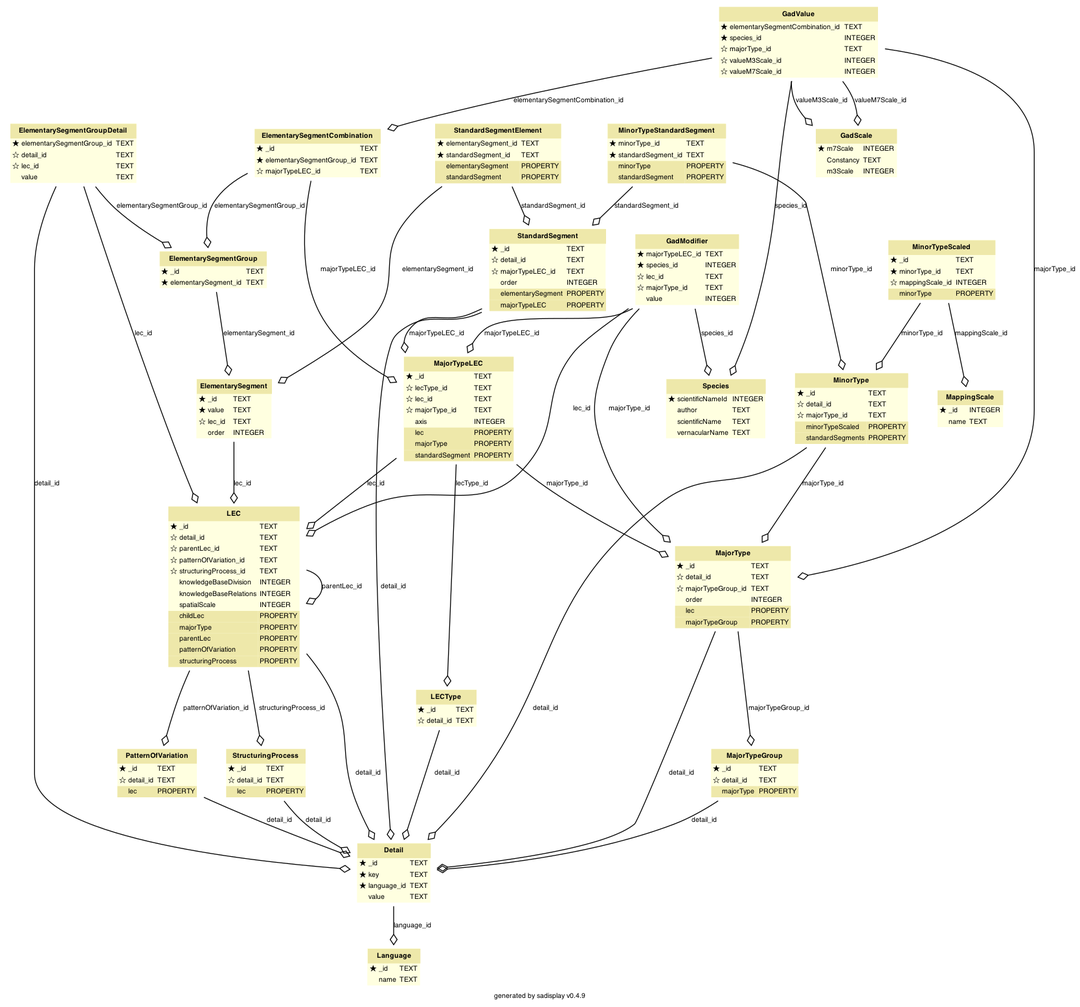
This is scripts/database/schema.png from MichalTorma/natur-i-norge, a Graphviz export, as it was before one commit. Its source is kept beside it as scripts/database/schema.dot.
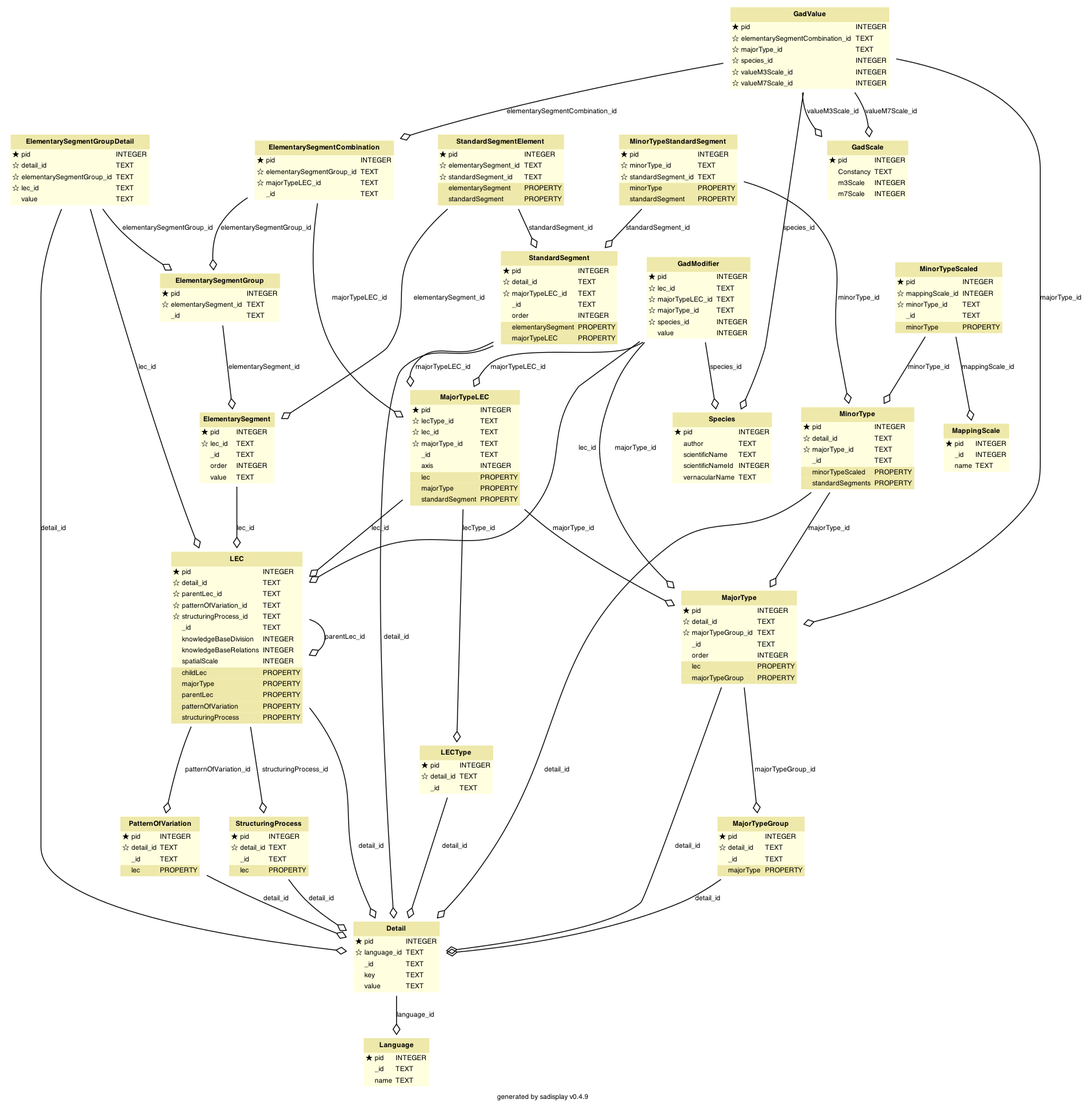
After the change.

Change to the diagram source:
```diff
@@ -24,3 +24,7 @@
                 >Detail</FONT></TD></TR><TR><TD ALIGN="LEFT" BORDER="0"
-        ><FONT FACE="Bitstream Vera Sans">★ _id</FONT
+        ><FONT FACE="Bitstream Vera Sans">★ pid</FONT
+        ></TD><TD ALIGN="LEFT"
+        ><FONT FACE="Bitstream Vera Sans">INTEGER</FONT
+        ></TD></TR> <TR><TD ALIGN="LEFT" BORDER="0"
+        ><FONT FACE="Bitstream Vera Sans">☆ language_id</FONT
         ></TD><TD ALIGN="LEFT"
@@ -28,3 +32,3 @@
         ></TD></TR> <TR><TD ALIGN="LEFT" BORDER="0"
-        ><FONT FACE="Bitstream Vera Sans">★ key</FONT
+        ><FONT FACE="Bitstream Vera Sans">⚪ _id</FONT
         ></TD><TD ALIGN="LEFT"
@@ -32,3 +36,3 @@
         ></TD></TR> <TR><TD ALIGN="LEFT" BORDER="0"
-        ><FONT FACE="Bitstream Vera Sans">★ language_id</FONT
+        ><FONT FACE="Bitstream Vera Sans">⚪ key</FONT
         ></TD><TD ALIGN="LEFT"
@@ -51,3 +55,7 @@
                 >ElementarySegment</FONT></TD></TR><TR><TD ALIGN="LEFT" BORDER="0"
-        ><FONT FACE="Bitstream Vera Sans">★ _id</FONT
+        ><FONT FACE="Bitstream Vera Sans">★ pid</FONT
+        ></TD><TD ALIGN="LEFT"
+        ><FONT FACE="Bitstream Vera Sans">INTEGER</FONT
+        ></TD></TR> <TR><TD ALIGN="LEFT" BORDER="0"
+        ><FONT FACE="Bitstream Vera Sans">☆ lec_id</FONT
         ></TD><TD ALIGN="LEFT"
@@ -55,7 +63,3 @@
         ></TD></TR> <TR><TD ALIGN="LEFT" BORDER="0"
-        ><FONT FACE="Bitstream Vera Sans">★ value</FONT
-        ></TD><TD ALIGN="LEFT"
-        ><FONT FACE="Bitstream Vera Sans">TEXT</FONT
-        ></TD></TR> <TR><TD ALIGN="LEFT" BORDER="0"
-        ><FONT FACE="Bitstream Vera Sans">☆ lec_id</FONT
+        ><FONT FACE="Bitstream Vera Sans">⚪ _id</FONT
         ></TD><TD ALIGN="LEFT"
@@ -66,2 +70,6 @@
         ><FONT FACE="Bitstream Vera Sans">INTEGER</FONT
+        ></TD></TR> <TR><TD ALIGN="LEFT" BORDER="0"
+        ><FONT FACE="Bitstream Vera Sans">⚪ value</FONT
+        ></TD><TD ALIGN="LEFT"
+        ><FONT FACE="Bitstream Vera Sans">TEXT</FONT
         ></TD></TR>
@@ -78,7 +86,7 @@
                 >ElementarySegmentCombination</FONT></TD></TR><TR><TD ALIGN="LEFT" BORDER="0"
-        ><FONT FACE="Bitstream Vera Sans">★ _id</FONT
+        ><FONT FACE="Bitstream Vera Sans">★ pid</FONT
         ></TD><TD ALIGN="LEFT"
-        ><FONT FACE="Bitstream Vera Sans">TEXT</FONT
+        ><FONT FACE="Bitstream Vera Sans">INTEGER</FONT
         ></TD></TR> <TR><TD ALIGN="LEFT" BORDER="0"
-        ><FONT FACE="Bitstream Vera Sans">★ elementarySegmentGroup_id</FONT
+        ><FONT FACE="Bitstream Vera Sans">☆ elementarySegmentGroup_id</FONT
         ></TD><TD ALIGN="LEFT"
@@ -87,2 +95,6 @@
         ><FONT FACE="Bitstream Vera Sans">☆ majorTypeLEC_id</FONT
+        ></TD><TD ALIGN="LEFT"
+        ><FONT FACE="Bitstream Vera Sans">TEXT</FONT
+        ></TD></TR> <TR><TD ALIGN="LEFT" BORDER="0"
+        ><FONT FACE="Bitstream Vera Sans">⚪ _id</FONT
         ></TD><TD ALIGN="LEFT"
@@ -101,3 +113,7 @@
                 >ElementarySegmentGroup</FONT></TD></TR><TR><TD ALIGN="LEFT" BORDER="0"
-        ><FONT FACE="Bitstream Vera Sans">★ _id</FONT
+        ><FONT FACE="Bitstream Vera Sans">★ pid</FONT
+        ></TD><TD ALIGN="LEFT"
+        ><FONT FACE="Bitstream Vera Sans">INTEGER</FONT
+        ></TD></TR> <TR><TD ALIGN="LEFT" BORDER="0"
+        ><FONT FACE="Bitstream Vera Sans">☆ elementarySegment_id</FONT
         ></TD><TD ALIGN="LEFT"
@@ -105,3 +121,3 @@
         ></TD></TR> <TR><TD ALIGN="LEFT" BORDER="0"
-        ><FONT FACE="Bitstream Vera Sans">★ elementarySegment_id</FONT
+        ><FONT FACE="Bitstream Vera Sans">⚪ _id</FONT
         ></TD><TD ALIGN="LEFT"
@@ -120,3 +136,7 @@
                 >ElementarySegmentGroupDetail</FONT></TD></TR><TR><TD ALIGN="LEFT" BORDER="0"
-        ><FONT FACE="Bitstream Vera Sans">★ elementarySegmentGroup_id</FONT
+        ><FONT FACE="Bitstream Vera Sans">★ pid</FONT
+        ></TD><TD ALIGN="LEFT"
+        ><FONT FACE="Bitstream Vera Sans">INTEGER</FONT
+        ></TD></TR> <TR><TD ALIGN="LEFT" BORDER="0"
+        ><FONT FACE="Bitstream Vera Sans">☆ detail_id</FONT
         ></TD><TD ALIGN="LEFT"
@@ -124,3 +144,3 @@
         ></TD></TR> <TR><TD ALIGN="LEFT" BORDER="0"
-        ><FONT FACE="Bitstream Vera Sans">☆ detail_id</FONT
+        ><FONT FACE="Bitstream Vera Sans">☆ elementarySegmentGroup_id</FONT
         ></TD><TD ALIGN="LEFT"
@@ -147,7 +167,3 @@
                 >GadModifier</FONT></TD></TR><TR><TD ALIGN="LEFT" BORDER="0"
-        ><FONT FACE="Bitstream Vera Sans">★ majorTypeLEC_id</FONT
-        ></TD><TD ALIGN="LEFT"
-        ><FONT FACE="Bitstream Vera Sans">TEXT</FONT
-        ></TD></TR> <TR><TD ALIGN="LEFT" BORDER="0"
-        ><FONT FACE="Bitstream Vera Sans">★ species_id</FONT
+        ><FONT FACE="Bitstream Vera Sans">★ pid</FONT
         ></TD><TD ALIGN="LEFT"
@@ -159,2 +175,6 @@
         ></TD></TR> <TR><TD ALIGN="LEFT" BORDER="0"
+        ><FONT FACE="Bitstream Vera Sans">☆ majorTypeLEC_id</FONT
+        ></TD><TD ALIGN="LEFT"
+        ><FONT FACE="Bitstream Vera Sans">TEXT</FONT
+        ></TD></TR> <TR><TD ALIGN="LEFT" BORDER="0"
         ><FONT FACE="Bitstream Vera Sans">☆ majorType_id</FONT
@@ -162,2 +182,6 @@
         ><FONT FACE="Bitstream Vera Sans">TEXT</FONT
+        ></TD></TR> <TR><TD ALIGN="LEFT" BORDER="0"
+        ><FONT FACE="Bitstream Vera Sans">☆ species_id</FONT
+        ></TD><TD ALIGN="LEFT"
+        ><FONT FACE="Bitstream Vera Sans">INTEGER</FONT
         ></TD></TR> <TR><TD ALIGN="LEFT" BORDER="0"
@@ -178,3 +202,3 @@
                 >GadScale</FONT></TD></TR><TR><TD ALIGN="LEFT" BORDER="0"
-        ><FONT FACE="Bitstream Vera Sans">★ m7Scale</FONT
+        ><FONT FACE="Bitstream Vera Sans">★ pid</FONT
         ></TD><TD ALIGN="LEFT"
@@ -187,2 +211,6 @@
         ><FONT FACE="Bitstream Vera Sans">⚪ m3Scale</FONT
+        ></TD><TD ALIGN="LEFT"
+        ><FONT FACE="Bitstream Vera Sans">INTEGER</FONT
+        ></TD></TR> <TR><TD ALIGN="LEFT" BORDER="0"
+        ><FONT FACE="Bitstream Vera Sans">⚪ m7Scale</FONT
         ></TD><TD ALIGN="LEFT"
@@ -201,9 +229,9 @@
                 >GadValue</FONT></TD></TR><TR><TD ALIGN="LEFT" BORDER="0"
-        ><FONT FACE="Bitstream Vera Sans">★ elementarySegmentCombination_id</FONT
+        ><FONT FACE="Bitstream Vera Sans">★ pid</FONT
+        ></TD><TD ALIGN="LEFT"
+        ><FONT FACE="Bitstream Vera Sans">INTEGER</FONT
+        ></TD></TR> <TR><TD ALIGN="LEFT" BORDER="0"
+        ><FONT FACE="Bitstream Vera Sans">☆ elementarySegmentCombination_id</FONT
         ></TD><TD ALIGN="LEFT"
         ><FONT FACE="Bitstream Vera Sans">TEXT</FONT
-        ></TD></TR> <TR><TD ALIGN="LEFT" BORDER="0"
-        ><FONT FACE="Bitstream Vera Sans">★ species_id</FONT
-        ></TD><TD ALIGN="LEFT"
-        ><FONT FACE="Bitstream Vera Sans">INTEGER</FONT
         ></TD></TR> <TR><TD ALIGN="LEFT" BORDER="0"
@@ -212,2 +240,6 @@
         ><FONT FACE="Bitstream Vera Sans">TEXT</FONT
+        ></TD></TR> <TR><TD ALIGN="LEFT" BORDER="0"
+        ><FONT FACE="Bitstream Vera Sans">☆ species_id</FONT
+        ></TD><TD ALIGN="LEFT"
+        ><FONT FACE="Bitstream Vera Sans">INTEGER</FONT
         ></TD></TR> <TR><TD ALIGN="LEFT" BORDER="0"
@@ -232,5 +264,5 @@
                 >LEC</FONT></TD></TR><TR><TD ALIGN="LEFT" BORDER="0"
-        ><FONT FACE="Bitstream Vera Sans">★ _id</FONT
+        ><FONT FACE="Bitstream Vera Sans">★ pid</FONT
         ></TD><TD ALIGN="LEFT"
-        ><FONT FACE="Bitstream Vera Sans">TEXT</FONT
+        ><FONT FACE="Bitstream Vera Sans">INTEGER</FONT
         ></TD></TR> <TR><TD ALIGN="LEFT" BORDER="0"
@@ -249,2 +281,6 @@
         ><FONT FACE="Bitstream Vera Sans">☆ structuringProcess_id</FONT
+        ></TD><TD ALIGN="LEFT"
+        ><FONT FACE="Bitstream Vera Sans">TEXT</FONT
+        ></TD></TR> <TR><TD ALIGN="LEFT" BORDER="0"
+        ><FONT FACE="Bitstream Vera Sans">⚪ _id</FONT
         ></TD><TD ALIGN="LEFT"
@@ -300,3 +336,7 @@
                 >LECType</FONT></TD></TR><TR><TD ALIGN="LEFT" BORDER="0"
-        ><FONT FACE="Bitstream Vera Sans">★ _id</FONT
+        ><FONT FACE="Bitstream Vera Sans">★ pid</FONT
+        ></TD><TD ALIGN="LEFT"
+        ><FONT FACE="Bitstream Vera Sans">INTEGER</FONT
+        ></TD></TR> <TR><TD ALIGN="LEFT" BORDER="0"
+        ><FONT FACE="Bitstream Vera Sans">☆ detail_id</FONT
         ></TD><TD ALIGN="LEFT"
@@ -304,3 +344,3 @@
         ></TD></TR> <TR><TD ALIGN="LEFT" BORDER="0"
-        ><FONT FACE="Bitstream Vera Sans">☆ detail_id</FONT
+        ><FONT FACE="Bitstream Vera Sans">⚪ _id</FONT
         ></TD><TD ALIGN="LEFT"
@@ -319,3 +359,7 @@
                 >Language</FONT></TD></TR><TR><TD ALIGN="LEFT" BORDER="0"
-        ><FONT FACE="Bitstream Vera Sans">★ _id</FONT
+        ><FONT FACE="Bitstream Vera Sans">★ pid</FONT
+        ></TD><TD ALIGN="LEFT"
+        ><FONT FACE="Bitstream Vera Sans">INTEGER</FONT
+        ></TD></TR> <TR><TD ALIGN="LEFT" BORDER="0"
+        ><FONT FACE="Bitstream Vera Sans">⚪ _id</FONT
         ></TD><TD ALIGN="LEFT"
@@ -338,5 +382,5 @@
                 >MajorType</FONT></TD></TR><TR><TD ALIGN="LEFT" BORDER="0"
-        ><FONT FACE="Bitstream Vera Sans">★ _id</FONT
+        ><FONT FACE="Bitstream Vera Sans">★ pid</FONT
         ></TD><TD ALIGN="LEFT"
-        ><FONT FACE="Bitstream Vera Sans">TEXT</FONT
+        ><FONT FACE="Bitstream Vera Sans">INTEGER</FONT
         ></TD></TR> <TR><TD ALIGN="LEFT" BORDER="0"
@@ -347,2 +391,6 @@
         ><FONT FACE="Bitstream Vera Sans">☆ majorTypeGroup_id</FONT
+        ></TD><TD ALIGN="LEFT"
+        ><FONT FACE="Bitstream Vera Sans">TEXT</FONT
+        ></TD></TR> <TR><TD ALIGN="LEFT" BORDER="0"
+        ><FONT FACE="Bitstream Vera Sans">⚪ _id</FONT
         ></TD><TD ALIGN="LEFT"
@@ -375,3 +423,7 @@
                 >MajorTypeGroup</FONT></TD></TR><TR><TD ALIGN="LEFT" BORDER="0"
-        ><FONT FACE="Bitstream Vera Sans">★ _id</FONT
+        ><FONT FACE="Bitstream Vera Sans">★ pid</FONT
+        ></TD><TD ALIGN="LEFT"
+        ><FONT FACE="Bitstream Vera Sans">INTEGER</FONT
+        ></TD></TR> <TR><TD ALIGN="LEFT" BORDER="0"
+        ><FONT FACE="Bitstream Vera Sans">☆ detail_id</FONT
         ></TD><TD ALIGN="LEFT"
@@ -379,3 +431,3 @@
         ></TD></TR> <TR><TD ALIGN="LEFT" BORDER="0"
-        ><FONT FACE="Bitstream Vera Sans">☆ detail_id</FONT
+        ><FONT FACE="Bitstream Vera Sans">⚪ _id</FONT
         ></TD><TD ALIGN="LEFT"
@@ -399,5 +451,5 @@
                 >MajorTypeLEC</FONT></TD></TR><TR><TD ALIGN="LEFT" BORDER="0"
-        ><FONT FACE="Bitstream Vera Sans">★ _id</FONT
+        ><FONT FACE="Bitstream Vera Sans">★ pid</FONT
         ></TD><TD ALIGN="LEFT"
-        ><FONT FACE="Bitstream Vera Sans">TEXT</FONT
+        ><FONT FACE="Bitstream Vera Sans">INTEGER</FONT
         ></TD></TR> <TR><TD ALIGN="LEFT" BORDER="0"
@@ -412,2 +464,6 @@
         ><FONT FACE="Bitstream Vera Sans">☆ majorType_id</FONT
+        ></TD><TD ALIGN="LEFT"
+        ><FONT FACE="Bitstream Vera Sans">TEXT</FONT
+        ></TD></TR> <TR><TD ALIGN="LEFT" BORDER="0"
+        ><FONT FACE="Bitstream Vera Sans">⚪ _id</FONT
         ></TD><TD ALIGN="LEFT"
@@ -445,3 +501,7 @@
                 >MappingScale</FONT></TD></TR><TR><TD ALIGN="LEFT" BORDER="0"
-        ><FONT FACE="Bitstream Vera Sans">★ _id</FONT
+        ><FONT FACE="Bitstream Vera Sans">★ pid</FONT
+        ></TD><TD ALIGN="LEFT"
+        ><FONT FACE="Bitstream Vera Sans">INTEGER</FONT
+        ></TD></TR> <TR><TD ALIGN="LEFT" BORDER="0"
+        ><FONT FACE="Bitstream Vera Sans">⚪ _id</FONT
         ></TD><TD ALIGN="LEFT"
@@ -464,5 +524,5 @@
                 >MinorType</FONT></TD></TR><TR><TD ALIGN="LEFT" BORDER="0"
-        ><FONT FACE="Bitstream Vera Sans">★ _id</FONT
+        ><FONT FACE="Bitstream Vera Sans">★ pid</FONT
         ></TD><TD ALIGN="LEFT"
-        ><FONT FACE="Bitstream Vera Sans">TEXT</FONT
+        ><FONT FACE="Bitstream Vera Sans">INTEGER</FONT
         ></TD></TR> <TR><TD ALIGN="LEFT" BORDER="0"
@@ -473,2 +533,6 @@
         ><FONT FACE="Bitstream Vera Sans">☆ majorType_id</FONT
+        ></TD><TD ALIGN="LEFT"
+        ><FONT FACE="Bitstream Vera Sans">TEXT</FONT
+        ></TD></TR> <TR><TD ALIGN="LEFT" BORDER="0"
+        ><FONT FACE="Bitstream Vera Sans">⚪ _id</FONT
         ></TD><TD ALIGN="LEFT"
@@ -497,9 +561,5 @@
                 >MinorTypeScaled</FONT></TD></TR><TR><TD ALIGN="LEFT" BORDER="0"
-        ><FONT FACE="Bitstream Vera Sans">★ _id</FONT
+        ><FONT FACE="Bitstream Vera Sans">★ pid</FONT
         ></TD><TD ALIGN="LEFT"
-        ><FONT FACE="Bitstream Vera Sans">TEXT</FONT
-        ></TD></TR> <TR><TD ALIGN="LEFT" BORDER="0"
-        ><FONT FACE="Bitstream Vera Sans">★ minorType_id</FONT
-        ></TD><TD ALIGN="LEFT"
-        ><FONT FACE="Bitstream Vera Sans">TEXT</FONT
+        ><FONT FACE="Bitstream Vera Sans">INTEGER</FONT
         ></TD></TR> <TR><TD ALIGN="LEFT" BORDER="0"
@@ -508,2 +568,10 @@
         ><FONT FACE="Bitstream Vera Sans">INTEGER</FONT
+        ></TD></TR> <TR><TD ALIGN="LEFT" BORDER="0"
+        ><FONT FACE="Bitstream Vera Sans">☆ minorType_id</FONT
+        ></TD><TD ALIGN="LEFT"
+        ><FONT FACE="Bitstream Vera Sans">TEXT</FONT
+        ></TD></TR> <TR><TD ALIGN="LEFT" BORDER="0"
+        ><FONT FACE="Bitstream Vera Sans">⚪ _id</FONT
+        ></TD><TD ALIGN="LEFT"
+        ><FONT FACE="Bitstream Vera Sans">TEXT</FONT
         ></TD></TR><TR><TD ALIGN="LEFT" BORDER="0"
@@ -525,3 +593,7 @@
                 >MinorTypeStandardSegment</FONT></TD></TR><TR><TD ALIGN="LEFT" BORDER="0"
-        ><FONT FACE="Bitstream Vera Sans">★ minorType_id</FONT
+        ><FONT FACE="Bitstream Vera Sans">★ pid</FONT
+        ></TD><TD ALIGN="LEFT"
+        ><FONT FACE="Bitstream Vera Sans">INTEGER</FONT
+        ></TD></TR> <TR><TD ALIGN="LEFT" BORDER="0"
+        ><FONT FACE="Bitstream Vera Sans">☆ minorType_id</FONT
         ></TD><TD ALIGN="LEFT"
@@ -529,3 +601,3 @@
         ></TD></TR> <TR><TD ALIGN="LEFT" BORDER="0"
-        ><FONT FACE="Bitstream Vera Sans">★ standardSegment_id</FONT
+        ><FONT FACE="Bitstream Vera Sans">☆ standardSegment_id</FONT
         ></TD><TD ALIGN="LEFT"
@@ -554,3 +626,7 @@
                 >PatternOfVariation</FONT></TD></TR><TR><TD ALIGN="LEFT" BORDER="0"
-        ><FONT FACE="Bitstream Vera Sans">★ _id</FONT
+        ><FONT FACE="Bitstream Vera Sans">★ pid</FONT
+        ></TD><TD ALIGN="LEFT"
+        ><FONT FACE="Bitstream Vera Sans">INTEGER</FONT
+        ></TD></TR> <TR><TD ALIGN="LEFT" BORDER="0"
+        ><FONT FACE="Bitstream Vera Sans">☆ detail_id</FONT
         ></TD><TD ALIGN="LEFT"
@@ -558,3 +634,3 @@
         ></TD></TR> <TR><TD ALIGN="LEFT" BORDER="0"
-        ><FONT FACE="Bitstream Vera Sans">☆ detail_id</FONT
+        ><FONT FACE="Bitstream Vera Sans">⚪ _id</FONT
         ></TD><TD ALIGN="LEFT"
@@ -578,3 +654,3 @@
                 >Species</FONT></TD></TR><TR><TD ALIGN="LEFT" BORDER="0"
-        ><FONT FACE="Bitstream Vera Sans">★ scientificNameId</FONT
+        ><FONT FACE="Bitstream Vera Sans">★ pid</FONT
         ></TD><TD ALIGN="LEFT"
@@ -589,2 +665,6 @@
         ><FONT FACE="Bitstream Vera Sans">TEXT</FONT
+        ></TD></TR> <TR><TD ALIGN="LEFT" BORDER="0"
+        ><FONT FACE="Bitstream Vera Sans">⚪ scientificNameId</FONT
+        ></TD><TD ALIGN="LEFT"
+        ><FONT FACE="Bitstream Vera Sans">INTEGER</FONT
         ></TD></TR> <TR><TD ALIGN="LEFT" BORDER="0"
@@ -605,5 +685,5 @@
                 >StandardSegment</FONT></TD></TR><TR><TD ALIGN="LEFT" BORDER="0"
-        ><FONT FACE="Bitstream Vera Sans">★ _id</FONT
+        ><FONT FACE="Bitstream Vera Sans">★ pid</FONT
         ></TD><TD ALIGN="LEFT"
-        ><FONT FACE="Bitstream Vera Sans">TEXT</FONT
+        ><FONT FACE="Bitstream Vera Sans">INTEGER</FONT
         ></TD></TR> <TR><TD ALIGN="LEFT" BORDER="0"
@@ -614,2 +694,6 @@
         ><FONT FACE="Bitstream Vera Sans">☆ majorTypeLEC_id</FONT
+        ></TD><TD ALIGN="LEFT"
+        ><FONT FACE="Bitstream Vera Sans">TEXT</FONT
+        ></TD></TR> <TR><TD ALIGN="LEFT" BORDER="0"
+        ><FONT FACE="Bitstream Vera Sans">⚪ _id</FONT
         ></TD><TD ALIGN="LEFT"
@@ -642,3 +726,7 @@
                 >StandardSegmentElement</FONT></TD></TR><TR><TD ALIGN="LEFT" BORDER="0"
-        ><FONT FACE="Bitstream Vera Sans">★ elementarySegment_id</FONT
+        ><FONT FACE="Bitstream Vera Sans">★ pid</FONT
+        ></TD><TD ALIGN="LEFT"
+        ><FONT FACE="Bitstream Vera Sans">INTEGER</FONT
+        ></TD></TR> <TR><TD ALIGN="LEFT" BORDER="0"
+        ><FONT FACE="Bitstream Vera Sans">☆ elementarySegment_id</FONT
         ></TD><TD ALIGN="LEFT"
@@ -646,3 +734,3 @@
         ></TD></TR> <TR><TD ALIGN="LEFT" BORDER="0"
-        ><FONT FACE="Bitstream Vera Sans">★ standardSegment_id</FONT
+        ><FONT FACE="Bitstream Vera Sans">☆ standardSegment_id</FONT
         ></TD><TD ALIGN="LEFT"
@@ -671,3 +759,7 @@
                 >StructuringProcess</FONT></TD></TR><TR><TD ALIGN="LEFT" BORDER="0"
-        ><FONT FACE="Bitstream Vera Sans">★ _id</FONT
+        ><FONT FACE="Bitstream Vera Sans">★ pid</FONT
+        ></TD><TD ALIGN="LEFT"
+        ><FONT FACE="Bitstream Vera Sans">INTEGER</FONT
+        ></TD></TR> <TR><TD ALIGN="LEFT" BORDER="0"
+        ><FONT FACE="Bitstream Vera Sans">☆ detail_id</FONT
         ></TD><TD ALIGN="LEFT"
@@ -675,3 +767,3 @@
         ></TD></TR> <TR><TD ALIGN="LEFT" BORDER="0"
-        ><FONT FACE="Bitstream Vera Sans">☆ detail_id</FONT
+        ><FONT FACE="Bitstream Vera Sans">⚪ _id</FONT
         ></TD><TD ALIGN="LEFT"
```
